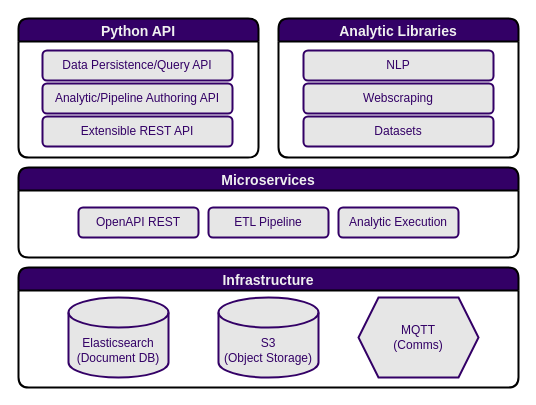
The draw.io diagram site/yaada.drawio in Aptima/yaada, before the edit. Source tidied: cells renumbered, new cells numbered last; positions are measured from the earlier drawing's top-left corner, leaving out a move shared by most shapes. Both pictures are drawn from the tidied source at 100%, with x=0, y=0 at pixel (18, 18).
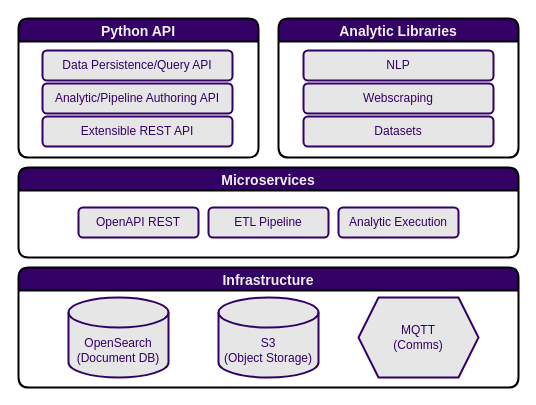
The same page after the edit.

Commit message (it also covers changes not shown here):
renaming Elasticsearch/Kibana to OpenSearch/OpenSearch Dashboards in docs.

What changed in the source:
```diff
@@
 <mxGraphModel>
   <root>
     <mxCell id="0" />
     <mxCell id="1" parent="0" />
     <mxCell id="2" value="Python API" style="swimlane;rounded=1;swimlaneLine=1;shadow=0;fillColor=#330066;strokeWidth=2;fontSize=14;fontColor=#F0F0F0;" parent="1" vertex="1">
       <mxGeometry width="240" height="139" as="geometry" />
     </mxCell>
     <mxCell id="3" value="&lt;span style=&quot;text-align: left&quot;&gt;Data Persistence/Query API&lt;/span&gt;" style="rounded=1;whiteSpace=wrap;html=1;strokeWidth=2;fillColor=#E6E6E6;fontColor=#330066;strokeColor=#330066;" parent="2" vertex="1">
       <mxGeometry x="24" y="32" width="190" height="30" as="geometry" />
     </mxCell>
     <mxCell id="4" value="&lt;span style=&quot;text-align: left&quot;&gt;Analytic/Pipeline Authoring API&lt;/span&gt;" style="rounded=1;whiteSpace=wrap;html=1;strokeWidth=2;fillColor=#E6E6E6;fontColor=#330066;strokeColor=#330066;" parent="2" vertex="1">
       <mxGeometry x="24" y="65" width="190" height="30" as="geometry" />
     </mxCell>
     <mxCell id="5" value="&lt;span style=&quot;text-align: left&quot;&gt;Extensible REST API&lt;/span&gt;" style="rounded=1;whiteSpace=wrap;html=1;strokeWidth=2;fillColor=#E6E6E6;fontColor=#330066;strokeColor=#330066;" parent="2" vertex="1">
       <mxGeometry x="24" y="98" width="190" height="30" as="geometry" />
     </mxCell>
     <mxCell id="6" value="Analytic Libraries" style="swimlane;gradientColor=none;fillColor=#330066;rounded=1;strokeWidth=2;fontColor=#F0F0F0;labelBorderColor=none;fontSize=14;" parent="1" vertex="1">
       <mxGeometry x="260" width="240" height="139" as="geometry" />
     </mxCell>
     <mxCell id="7" value="&lt;span style=&quot;text-align: left&quot;&gt;NLP&lt;/span&gt;" style="rounded=1;whiteSpace=wrap;html=1;strokeWidth=2;fillColor=#E6E6E6;fontColor=#330066;strokeColor=#330066;" parent="6" vertex="1">
       <mxGeometry x="25" y="32" width="190" height="30" as="geometry" />
     </mxCell>
     <mxCell id="8" value="&lt;span style=&quot;text-align: left&quot;&gt;Webscraping&lt;/span&gt;" style="rounded=1;whiteSpace=wrap;html=1;strokeWidth=2;fillColor=#E6E6E6;fontColor=#330066;strokeColor=#330066;" parent="6" vertex="1">
       <mxGeometry x="25" y="65" width="190" height="30" as="geometry" />
     </mxCell>
     <mxCell id="9" value="&lt;span style=&quot;text-align: left&quot;&gt;Datasets&lt;/span&gt;" style="rounded=1;whiteSpace=wrap;html=1;strokeWidth=2;fillColor=#E6E6E6;fontColor=#330066;strokeColor=#330066;" parent="6" vertex="1">
       <mxGeometry x="25" y="98" width="190" height="30" as="geometry" />
     </mxCell>
     <mxCell id="10" value="Microservices" style="swimlane;rounded=1;fillColor=#330066;strokeWidth=2;fontSize=14;fontColor=#F0F0F0;" parent="1" vertex="1">
       <mxGeometry y="149" width="500" height="90" as="geometry" />
     </mxCell>
     <mxCell id="11" value="OpenAPI REST" style="rounded=1;whiteSpace=wrap;html=1;strokeWidth=2;fillColor=#E6E6E6;fontColor=#330066;strokeColor=#330066;" parent="10" vertex="1">
       <mxGeometry x="60" y="40" width="120" height="30" as="geometry" />
     </mxCell>
     <mxCell id="12" value="ETL Pipeline" style="rounded=1;whiteSpace=wrap;html=1;strokeWidth=2;fillColor=#E6E6E6;fontColor=#330066;strokeColor=#330066;" parent="10" vertex="1">
       <mxGeometry x="190" y="40" width="120" height="30" as="geometry" />
     </mxCell>
     <mxCell id="13" value="Analytic Execution" style="rounded=1;whiteSpace=wrap;html=1;strokeWidth=2;fillColor=#E6E6E6;fontColor=#330066;strokeColor=#330066;" parent="10" vertex="1">
       <mxGeometry x="320" y="40" width="120" height="30" as="geometry" />
     </mxCell>
     <mxCell id="14" value="Infrastructure" style="swimlane;rounded=1;fillColor=#330066;strokeWidth=2;fontSize=14;fontColor=#F0F0F0;" parent="1" vertex="1">
       <mxGeometry y="249" width="500" height="120" as="geometry" />
     </mxCell>
-    <mxCell id="15" value="Elasticsearch&lt;br&gt;(Document DB)" style="shape=cylinder3;whiteSpace=wrap;html=1;boundedLbl=1;backgroundOutline=1;size=15;strokeWidth=2;fillColor=#E6E6E6;fontColor=#330066;strokeColor=#330066;" parent="14" vertex="1">
+    <mxCell id="15" value="OpenSearch&lt;br&gt;(Document DB)" style="shape=cylinder3;whiteSpace=wrap;html=1;boundedLbl=1;backgroundOutline=1;size=15;strokeWidth=2;fillColor=#E6E6E6;fontColor=#330066;strokeColor=#330066;" parent="14" vertex="1">
       <mxGeometry x="50" y="30" width="100" height="80" as="geometry" />
     </mxCell>
     <mxCell id="16" value="S3 &lt;br&gt;(Object Storage)" style="shape=cylinder3;whiteSpace=wrap;html=1;boundedLbl=1;backgroundOutline=1;size=15;strokeWidth=2;fillColor=#E6E6E6;fontColor=#330066;strokeColor=#330066;" parent="14" vertex="1">
       <mxGeometry x="200" y="30" width="100" height="80" as="geometry" />
     </mxCell>
     <mxCell id="17" value="MQTT &lt;br&gt;(Comms)" style="shape=hexagon;perimeter=hexagonPerimeter2;whiteSpace=wrap;html=1;fixedSize=1;strokeWidth=2;fillColor=#E6E6E6;fontColor=#330066;strokeColor=#330066;" parent="14" vertex="1">
       <mxGeometry x="340" y="30" width="120" height="80" as="geometry" />
     </mxCell>
   </root>
 </mxGraphModel>
```
